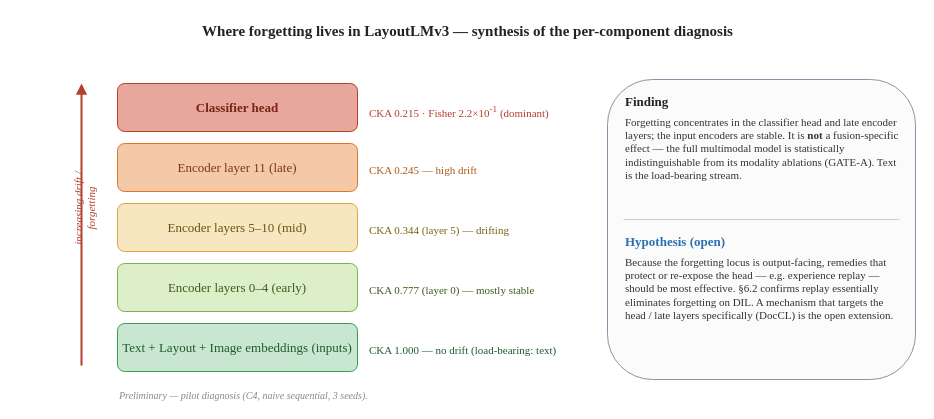
Above: thesis/figures_src/drawio/diag_where_forgetting.drawio in hoangthanh283/CLUE (draw.io), before the change. Source tidied: cells renumbered, new cells numbered last; positions are measured from the earlier drawing's top-left corner, leaving out a move shared by most shapes. Both pictures are drawn from the tidied source at 100%, with x=0, y=0 at pixel (13, 17).
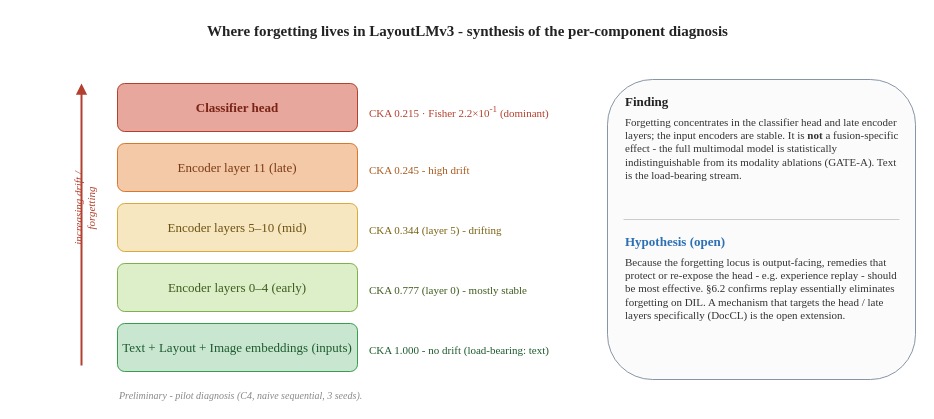
Above is the later version.

The edit, as a diff of the source:
```diff
@@
-    <mxCell id="2" value="Where forgetting lives in LayoutLMv3 — synthesis of the per-component diagnosis" style="text;html=1;align=center;verticalAlign=middle;fontFamily=Times New Roman;fontSize=15;fontStyle=1;fontColor=#222222;" parent="1" vertex="1">
+    <mxCell id="2" value="Where forgetting lives in LayoutLMv3 - synthesis of the per-component diagnosis" style="text;html=1;align=center;verticalAlign=middle;fontFamily=Times New Roman;fontSize=15;fontStyle=1;fontColor=#222222;" parent="1" vertex="1">
       <mxGeometry x="4" width="900" height="26" as="geometry" />
     </mxCell>
@@
-    <mxCell id="11" value="CKA 0.245 — high drift" style="text;html=1;align=left;fontFamily=Times New Roman;fontSize=11;fontColor=#A85A1E;" parent="1" vertex="1">
+    <mxCell id="11" value="CKA 0.245 - high drift" style="text;html=1;align=left;fontFamily=Times New Roman;fontSize=11;fontColor=#A85A1E;" parent="1" vertex="1">
       <mxGeometry x="354" y="140" width="230" height="20" as="geometry" />
     </mxCell>
-    <mxCell id="12" value="CKA 0.344 (layer 5) — drifting" style="text;html=1;align=left;fontFamily=Times New Roman;fontSize=11;fontColor=#7A6212;" parent="1" vertex="1">
+    <mxCell id="12" value="CKA 0.344 (layer 5) - drifting" style="text;html=1;align=left;fontFamily=Times New Roman;fontSize=11;fontColor=#7A6212;" parent="1" vertex="1">
       <mxGeometry x="354" y="200" width="230" height="20" as="geometry" />
     </mxCell>
-    <mxCell id="13" value="CKA 0.777 (layer 0) — mostly stable" style="text;html=1;align=left;fontFamily=Times New Roman;fontSize=11;fontColor=#3F5A1E;" parent="1" vertex="1">
+    <mxCell id="13" value="CKA 0.777 (layer 0) - mostly stable" style="text;html=1;align=left;fontFamily=Times New Roman;fontSize=11;fontColor=#3F5A1E;" parent="1" vertex="1">
       <mxGeometry x="354" y="260" width="230" height="20" as="geometry" />
     </mxCell>
-    <mxCell id="14" value="CKA 1.000 — no drift (load-bearing: text)" style="text;html=1;align=left;fontFamily=Times New Roman;fontSize=11;fontColor=#1E5A2E;" parent="1" vertex="1">
+    <mxCell id="14" value="CKA 1.000 - no drift (load-bearing: text)" style="text;html=1;align=left;fontFamily=Times New Roman;fontSize=11;fontColor=#1E5A2E;" parent="1" vertex="1">
       <mxGeometry x="354" y="320" width="230" height="20" as="geometry" />
     </mxCell>
@@
-    <mxCell id="17" value="Forgetting concentrates in the classifier head and late encoder layers; the input encoders are stable. It is &lt;b&gt;not&lt;/b&gt; a fusion-specific effect — the full multimodal model is statistically indistinguishable from its modality ablations (GATE-A). Text is the load-bearing stream." style="text;html=1;align=left;fontFamily=Times New Roman;fontSize=11;fontColor=#333333;whiteSpace=wrap;" parent="1" vertex="1">
+    <mxCell id="17" value="Forgetting concentrates in the classifier head and late encoder layers; the input encoders are stable. It is &lt;b&gt;not&lt;/b&gt; a fusion-specific effect - the full multimodal model is statistically indistinguishable from its modality ablations (GATE-A). Text is the load-bearing stream." style="text;html=1;align=left;fontFamily=Times New Roman;fontSize=11;fontColor=#333333;whiteSpace=wrap;" parent="1" vertex="1">
       <mxGeometry x="610" y="92" width="278" height="104" as="geometry" />
     </mxCell>
@@
-    <mxCell id="20" value="Because the forgetting locus is output-facing, remedies that protect or re-expose the head — e.g. experience replay — should be most effective. §6.2 confirms replay essentially eliminates forgetting on DIL. A mechanism that targets the head / late layers specifically (DocCL) is the open extension." style="text;html=1;align=left;fontFamily=Times New Roman;fontSize=11;fontColor=#333333;whiteSpace=wrap;" parent="1" vertex="1">
+    <mxCell id="20" value="Because the forgetting locus is output-facing, remedies that protect or re-expose the head - e.g. experience replay - should be most effective. §6.2 confirms replay essentially eliminates forgetting on DIL. A mechanism that targets the head / late layers specifically (DocCL) is the open extension." style="text;html=1;align=left;fontFamily=Times New Roman;fontSize=11;fontColor=#333333;whiteSpace=wrap;" parent="1" vertex="1">
       <mxGeometry x="610" y="232" width="278" height="124" as="geometry" />
     </mxCell>
-    <mxCell id="21" value="Preliminary — pilot diagnosis (C4, naive sequential, 3 seeds)." style="text;html=1;align=left;fontFamily=Times New Roman;fontSize=10;fontStyle=2;fontColor=#888888;" parent="1" vertex="1">
+    <mxCell id="21" value="Preliminary - pilot diagnosis (C4, naive sequential, 3 seeds)." style="text;html=1;align=left;fontFamily=Times New Roman;fontSize=10;fontStyle=2;fontColor=#888888;" parent="1" vertex="1">
       <mxGeometry x="104" y="366" width="480" height="16" as="geometry" />
     </mxCell>
```
